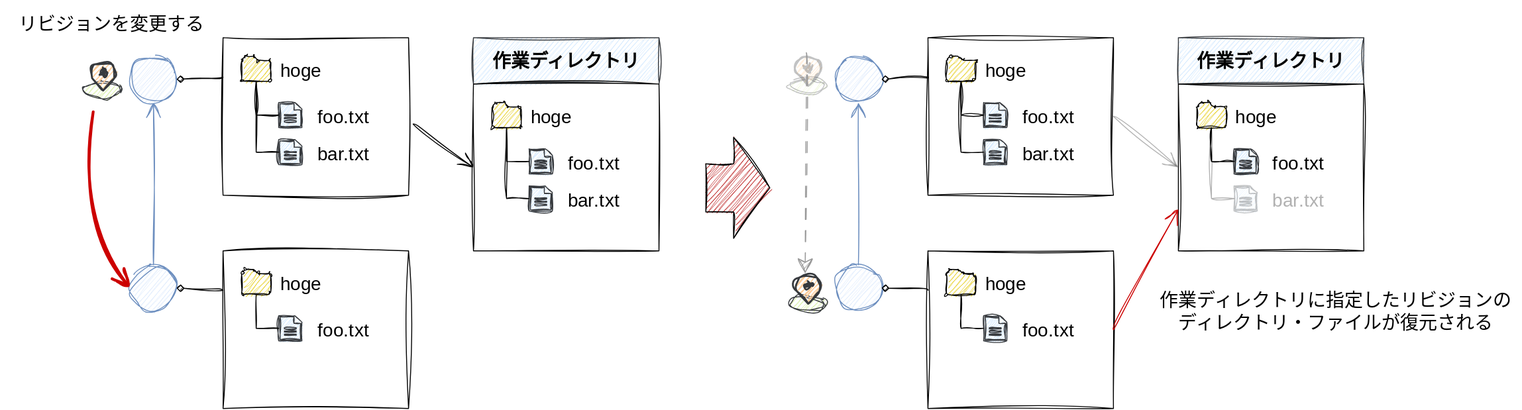
Before: doc/revision-restore.drawio.svg, a diagram exported from draw.io (kazurego7/fit). Source tidied: cells renumbered, new cells last; positions are measured from the earlier drawing's top-left corner, leaving out a move shared by most shapes.
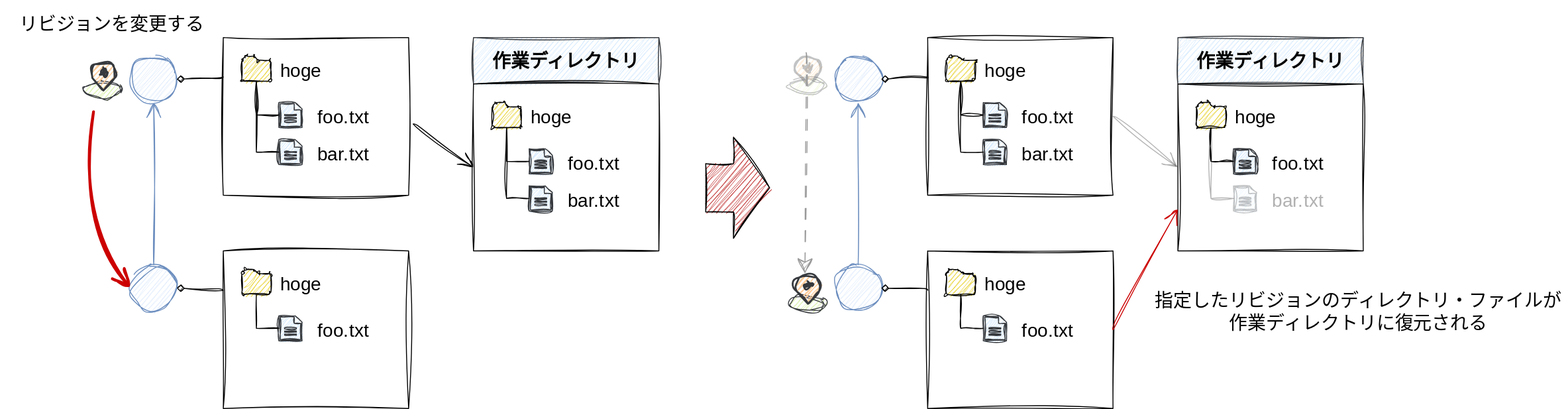
Later version of the same file.

Commit message:
introduction のリポジトリの説明を修正

The edit, as a diff of the source:
```diff
@@ -250,8 +250,8 @@
     <mxCell id="81" value="リビジョンを変更する" style="text;strokeColor=none;fillColor=none;html=1;align=center;verticalAlign=middle;whiteSpace=wrap;rounded=0;sketch=1;hachureGap=4;jiggle=2;curveFitting=1;fontFamily=Zen Kurenaido;fontSource=https%3A%2F%2Ffonts.googleapis.com%2Fcss%3Ffamily%3DZen%2BKurenaido;fontSize=20;fontColor=#000000;" parent="1" vertex="1">
       <mxGeometry width="240" height="50" as="geometry" />
     </mxCell>
-    <mxCell id="82" value="作業ディレクトリに指定したリビジョンの&lt;br&gt;ディレクトリ・ファイルが復元される" style="text;strokeColor=none;fillColor=none;html=1;align=center;verticalAlign=middle;whiteSpace=wrap;rounded=0;sketch=1;hachureGap=4;jiggle=2;curveFitting=1;fontFamily=Zen Kurenaido;fontSource=https%3A%2F%2Ffonts.googleapis.com%2Fcss%3Ffamily%3DZen%2BKurenaido;fontSize=20;fontColor=#000000;" parent="1" vertex="1">
-      <mxGeometry x="1240" y="300" width="400" height="70" as="geometry" />
+    <mxCell id="82" value="指定したリビジョンのディレクトリ・ファイルが&lt;br&gt;作業ディレクトリに復元される" style="text;strokeColor=none;fillColor=none;html=1;align=center;verticalAlign=middle;whiteSpace=wrap;rounded=0;sketch=1;hachureGap=4;jiggle=2;curveFitting=1;fontFamily=Zen Kurenaido;fontSource=https%3A%2F%2Ffonts.googleapis.com%2Fcss%3Ffamily%3DZen%2BKurenaido;fontSize=20;fontColor=#000000;" parent="1" vertex="1">
+      <mxGeometry x="1240" y="300" width="450" height="70" as="geometry" />
     </mxCell>
   </root>
 </mxGraphModel>
```
